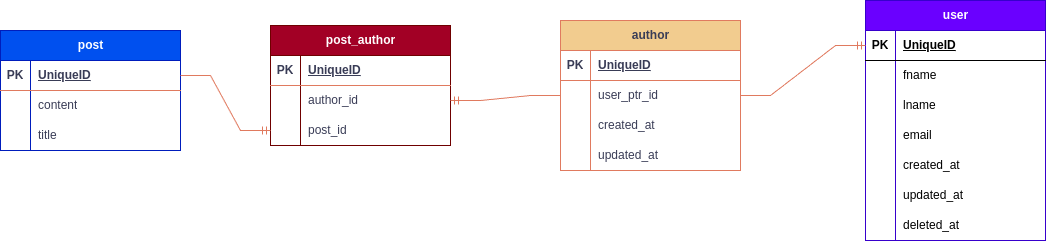
MohammadYeganeFar/Blog_App keeps this draw.io diagram as BlogApp_ERD.drawio.png. Above is the earlier version. Source tidied: cells renumbered, new cells last; positions are measured from the earlier drawing's top-left corner, leaving out a move shared by most shapes.
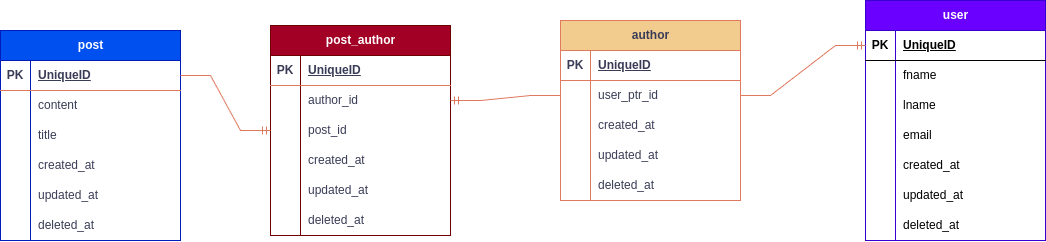
Above is the later version.

Commit message:
Update BlogApp_ERD.drawio.png: add created_at, updated_at and deleted_at to all tables

What changed in the source:
```diff
@@ -3,7 +3,7 @@
     <mxCell id="0" />
     <mxCell id="1" parent="0" />
     <mxCell id="2" value="author" style="shape=table;startSize=30;rowLines=0;fontStyle=1;align=center;html=1;labelBackgroundColor=none;fillColor=#F2CC8F;strokeColor=#E07A5F;fontColor=#393C56;" parent="1" vertex="1">
-      <mxGeometry x="560" y="20" width="180" height="150" as="geometry" />
+      <mxGeometry x="560" y="20" width="180" height="180" as="geometry" />
     </mxCell>
     <mxCell id="3" style="shape=tableRow;horizontal=0;startSize=0;swimlaneHead=0;swimlaneBody=0;fillColor=none;top=0;left=0;right=0;bottom=1;labelBackgroundColor=none;strokeColor=#E07A5F;fontColor=#393C56;" parent="2" vertex="1">
       <mxGeometry y="30" width="180" height="30" as="geometry" />
@@ -41,6 +41,15 @@
     <mxCell id="14" value="updated_at" style="shape=partialRectangle;fillColor=none;top=0;left=0;bottom=0;right=0;align=left;spacingLeft=6;overflow=hidden;whiteSpace=wrap;html=1;labelBackgroundColor=none;strokeColor=#E07A5F;fontColor=#393C56;" parent="12" vertex="1">
       <mxGeometry x="30" width="150" height="30" as="geometry" />
     </mxCell>
+    <mxCell id="60" style="shape=tableRow;horizontal=0;startSize=0;swimlaneHead=0;swimlaneBody=0;fillColor=none;top=0;left=0;right=0;bottom=0;labelBackgroundColor=none;strokeColor=#E07A5F;fontColor=#393C56;" parent="2" vertex="1">
+      <mxGeometry y="150" width="180" height="30" as="geometry" />
+    </mxCell>
+    <mxCell id="61" style="shape=partialRectangle;fillColor=none;top=0;left=0;bottom=0;right=0;overflow=hidden;whiteSpace=wrap;html=1;labelBackgroundColor=none;strokeColor=#E07A5F;fontColor=#393C56;" parent="60" vertex="1">
+      <mxGeometry width="30" height="30" as="geometry" />
+    </mxCell>
+    <mxCell id="62" value="deleted_at" style="shape=partialRectangle;fillColor=none;top=0;left=0;bottom=0;right=0;align=left;spacingLeft=6;overflow=hidden;whiteSpace=wrap;html=1;labelBackgroundColor=none;strokeColor=#E07A5F;fontColor=#393C56;" parent="60" vertex="1">
+      <mxGeometry x="30" width="150" height="30" as="geometry" />
+    </mxCell>
     <mxCell id="15" value="user" style="shape=table;startSize=30;rowLines=0;fontStyle=1;align=center;html=1;fillColor=#6a00ff;fontColor=#ffffff;strokeColor=#3700CC;" parent="1" vertex="1">
       <mxGeometry x="865" width="180" height="240" as="geometry" />
     </mxCell>
@@ -111,7 +120,7 @@
       <mxGeometry relative="1" as="geometry" />
     </mxCell>
     <mxCell id="38" value="post" style="shape=table;startSize=30;rowLines=0;fontStyle=1;align=center;html=1;strokeColor=#001DBC;fontColor=#ffffff;fillColor=#0050ef;" parent="1" vertex="1">
-      <mxGeometry y="30" width="180" height="120" as="geometry" />
+      <mxGeometry y="30" width="180" height="210" as="geometry" />
     </mxCell>
     <mxCell id="39" style="shape=tableRow;horizontal=0;startSize=0;swimlaneHead=0;swimlaneBody=0;fillColor=none;points=[[0,0.5],[1,0.5]];portConstraint=eastwest;top=0;left=0;right=0;bottom=1;strokeColor=#E07A5F;fontColor=#393C56;" parent="38" vertex="1">
       <mxGeometry y="30" width="180" height="30" as="geometry" />
@@ -140,8 +149,35 @@
     <mxCell id="47" value="title" style="shape=partialRectangle;fillColor=none;top=0;left=0;bottom=0;right=0;align=left;spacingLeft=6;overflow=hidden;whiteSpace=wrap;html=1;strokeColor=#E07A5F;fontColor=#393C56;" parent="45" vertex="1">
       <mxGeometry x="30" width="150" height="30" as="geometry" />
     </mxCell>
+    <mxCell id="63" style="shape=tableRow;horizontal=0;startSize=0;swimlaneHead=0;swimlaneBody=0;fillColor=none;top=0;left=0;right=0;bottom=0;strokeColor=#E07A5F;fontColor=#393C56;" parent="38" vertex="1">
+      <mxGeometry y="120" width="180" height="30" as="geometry" />
+    </mxCell>
+    <mxCell id="64" style="shape=partialRectangle;fillColor=none;top=0;left=0;bottom=0;right=0;overflow=hidden;whiteSpace=wrap;html=1;strokeColor=#E07A5F;fontColor=#393C56;" parent="63" vertex="1">
+      <mxGeometry width="30" height="30" as="geometry" />
+    </mxCell>
+    <mxCell id="65" value="created_at" style="shape=partialRectangle;fillColor=none;top=0;left=0;bottom=0;right=0;align=left;spacingLeft=6;overflow=hidden;whiteSpace=wrap;html=1;strokeColor=#E07A5F;fontColor=#393C56;" parent="63" vertex="1">
+      <mxGeometry x="30" width="150" height="30" as="geometry" />
+    </mxCell>
+    <mxCell id="66" style="shape=tableRow;horizontal=0;startSize=0;swimlaneHead=0;swimlaneBody=0;fillColor=none;top=0;left=0;right=0;bottom=0;strokeColor=#E07A5F;fontColor=#393C56;" parent="38" vertex="1">
+      <mxGeometry y="150" width="180" height="30" as="geometry" />
+    </mxCell>
+    <mxCell id="67" style="shape=partialRectangle;fillColor=none;top=0;left=0;bottom=0;right=0;overflow=hidden;whiteSpace=wrap;html=1;strokeColor=#E07A5F;fontColor=#393C56;" parent="66" vertex="1">
+      <mxGeometry width="30" height="30" as="geometry" />
+    </mxCell>
+    <mxCell id="68" value="updated_at" style="shape=partialRectangle;fillColor=none;top=0;left=0;bottom=0;right=0;align=left;spacingLeft=6;overflow=hidden;whiteSpace=wrap;html=1;strokeColor=#E07A5F;fontColor=#393C56;" parent="66" vertex="1">
+      <mxGeometry x="30" width="150" height="30" as="geometry" />
+    </mxCell>
+    <mxCell id="69" style="shape=tableRow;horizontal=0;startSize=0;swimlaneHead=0;swimlaneBody=0;fillColor=none;top=0;left=0;right=0;bottom=0;strokeColor=#E07A5F;fontColor=#393C56;" parent="38" vertex="1">
+      <mxGeometry y="180" width="180" height="30" as="geometry" />
+    </mxCell>
+    <mxCell id="70" style="shape=partialRectangle;fillColor=none;top=0;left=0;bottom=0;right=0;overflow=hidden;whiteSpace=wrap;html=1;strokeColor=#E07A5F;fontColor=#393C56;" parent="69" vertex="1">
+      <mxGeometry width="30" height="30" as="geometry" />
+    </mxCell>
+    <mxCell id="71" value="deleted_at" style="shape=partialRectangle;fillColor=none;top=0;left=0;bottom=0;right=0;align=left;spacingLeft=6;overflow=hidden;whiteSpace=wrap;html=1;strokeColor=#E07A5F;fontColor=#393C56;" parent="69" vertex="1">
+      <mxGeometry x="30" width="150" height="30" as="geometry" />
+    </mxCell>
     <mxCell id="48" value="post_author" style="shape=table;startSize=30;rowLines=0;fontStyle=1;align=center;html=1;strokeColor=#6F0000;fontColor=#ffffff;fillColor=#a20025;" parent="1" vertex="1">
-      <mxGeometry x="270" y="25" width="180" height="120" as="geometry" />
+      <mxGeometry x="270" y="25" width="180" height="210" as="geometry" />
     </mxCell>
     <mxCell id="49" style="shape=tableRow;horizontal=0;startSize=0;swimlaneHead=0;swimlaneBody=0;fillColor=none;top=0;left=0;right=0;bottom=1;strokeColor=#E07A5F;fontColor=#393C56;" parent="48" vertex="1">
       <mxGeometry y="30" width="180" height="30" as="geometry" />
@@ -170,6 +206,33 @@
     <mxCell id="57" value="post_id" style="shape=partialRectangle;fillColor=none;top=0;left=0;bottom=0;right=0;align=left;spacingLeft=6;overflow=hidden;whiteSpace=wrap;html=1;strokeColor=#E07A5F;fontColor=#393C56;" parent="55" vertex="1">
       <mxGeometry x="30" width="150" height="30" as="geometry" />
     </mxCell>
+    <mxCell id="72" style="shape=tableRow;horizontal=0;startSize=0;swimlaneHead=0;swimlaneBody=0;fillColor=none;top=0;left=0;right=0;bottom=0;strokeColor=#E07A5F;fontColor=#393C56;" parent="48" vertex="1">
+      <mxGeometry y="120" width="180" height="30" as="geometry" />
+    </mxCell>
+    <mxCell id="73" style="shape=partialRectangle;fillColor=none;top=0;left=0;bottom=0;right=0;overflow=hidden;whiteSpace=wrap;html=1;strokeColor=#E07A5F;fontColor=#393C56;" parent="72" vertex="1">
+      <mxGeometry width="30" height="30" as="geometry" />
+    </mxCell>
+    <mxCell id="74" value="created_at" style="shape=partialRectangle;fillColor=none;top=0;left=0;bottom=0;right=0;align=left;spacingLeft=6;overflow=hidden;whiteSpace=wrap;html=1;strokeColor=#E07A5F;fontColor=#393C56;" parent="72" vertex="1">
+      <mxGeometry x="30" width="150" height="30" as="geometry" />
+    </mxCell>
+    <mxCell id="75" style="shape=tableRow;horizontal=0;startSize=0;swimlaneHead=0;swimlaneBody=0;fillColor=none;top=0;left=0;right=0;bottom=0;strokeColor=#E07A5F;fontColor=#393C56;" parent="48" vertex="1">
+      <mxGeometry y="150" width="180" height="30" as="geometry" />
+    </mxCell>
+    <mxCell id="76" style="shape=partialRectangle;fillColor=none;top=0;left=0;bottom=0;right=0;overflow=hidden;whiteSpace=wrap;html=1;strokeColor=#E07A5F;fontColor=#393C56;" parent="75" vertex="1">
+      <mxGeometry width="30" height="30" as="geometry" />
+    </mxCell>
+    <mxCell id="77" value="updated_at" style="shape=partialRectangle;fillColor=none;top=0;left=0;bottom=0;right=0;align=left;spacingLeft=6;overflow=hidden;whiteSpace=wrap;html=1;strokeColor=#E07A5F;fontColor=#393C56;" parent="75" vertex="1">
+      <mxGeometry x="30" width="150" height="30" as="geometry" />
+    </mxCell>
+    <mxCell id="78" style="shape=tableRow;horizontal=0;startSize=0;swimlaneHead=0;swimlaneBody=0;fillColor=none;top=0;left=0;right=0;bottom=0;strokeColor=#E07A5F;fontColor=#393C56;" parent="48" vertex="1">
+      <mxGeometry y="180" width="180" height="30" as="geometry" />
+    </mxCell>
+    <mxCell id="79" style="shape=partialRectangle;fillColor=none;top=0;left=0;bottom=0;right=0;overflow=hidden;whiteSpace=wrap;html=1;strokeColor=#E07A5F;fontColor=#393C56;" parent="78" vertex="1">
+      <mxGeometry width="30" height="30" as="geometry" />
+    </mxCell>
+    <mxCell id="80" value="deleted_at" style="shape=partialRectangle;fillColor=none;top=0;left=0;bottom=0;right=0;align=left;spacingLeft=6;overflow=hidden;whiteSpace=wrap;html=1;strokeColor=#E07A5F;fontColor=#393C56;" parent="78" vertex="1">
+      <mxGeometry x="30" width="150" height="30" as="geometry" />
+    </mxCell>
     <mxCell id="58" style="edgeStyle=entityRelationEdgeStyle;fontSize=12;html=1;endArrow=ERmandOne;rounded=0;strokeColor=#E07A5F;fontColor=#393C56;fillColor=#F2CC8F;exitX=1;exitY=0.5;exitDx=0;exitDy=0;entryX=0;entryY=0.5;entryDx=0;entryDy=0;" parent="1" edge="1" source="39" target="55">
       <mxGeometry relative="1" as="geometry" />
     </mxCell>
```
